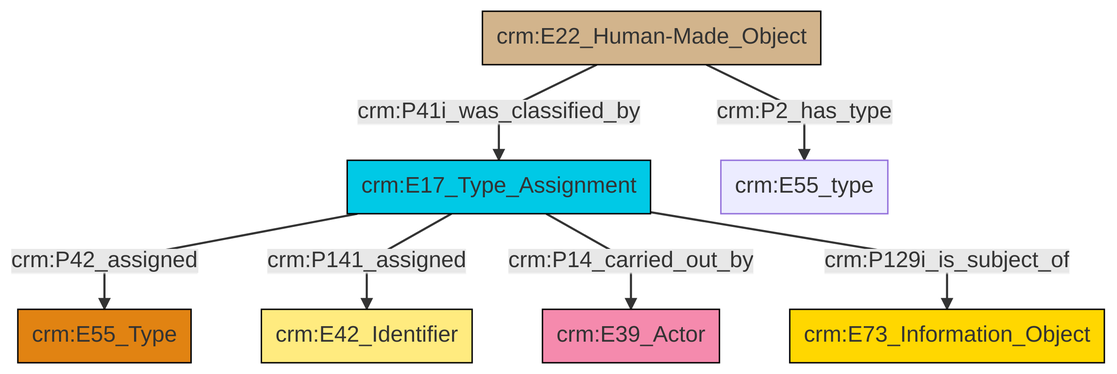
Earlier version of the Mermaid export et/builtWorkCSV/ttl/mmd/png/Built_Work_designation_status.png (swiss-art-research-net/docs.swissartresearch). Its source is kept beside it as et/builtWorkCSV/ttl/mmd/Built_Work_designation_status.ttl.mmd.
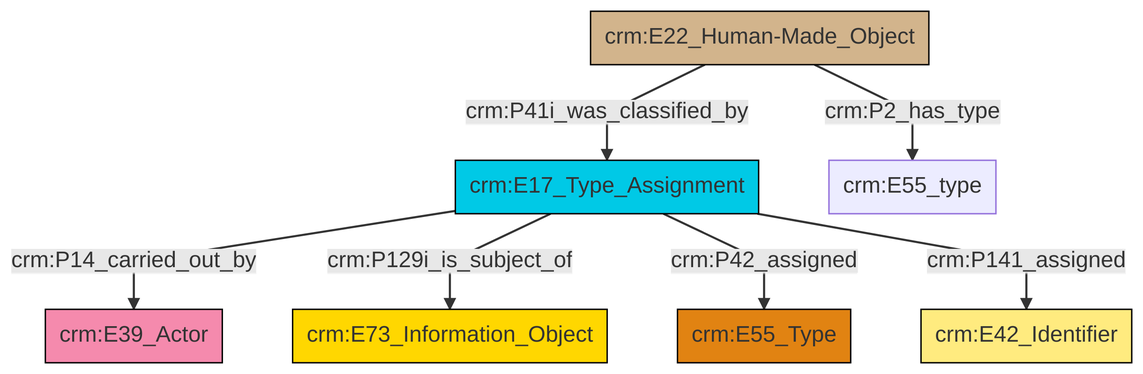
After the commit.

The edit, as a diff of the source:
```diff
@@ -13,9 +13,9 @@
 classDef PC_Classes fill:#4ce600, stroke:#000000;
 classDef Multi fill:#cccccc,stroke:#000000;
 
-0["crm:E22_Human-Made_Object"]:::Physical_Thing -->|crm:P41i_was_classified_by| 1["crm:E17_Type_Assignment"]:::Temporal_Entity
-0["crm:E22_Human-Made_Object"]:::Physical_Thing -->|crm:P2_has_type| 3["crm:E55_type"]:::Default
-1["crm:E17_Type_Assignment"]:::Temporal_Entity -->|crm:P42_assigned| 4["crm:E55_Type"]:::Type
-1["crm:E17_Type_Assignment"]:::Temporal_Entity -->|crm:P141_assigned| 5["crm:E42_Identifier"]:::Appellation
-1["crm:E17_Type_Assignment"]:::Temporal_Entity -->|crm:P14_carried_out_by| 7["crm:E39_Actor"]:::Actor
-1["crm:E17_Type_Assignment"]:::Temporal_Entity -->|crm:P129i_is_subject_of| 9["crm:E73_Information_Object"]:::Conceptual_Object
+4["crm:E17_Type_Assignment"]:::Temporal_Entity -->|crm:P14_carried_out_by| 5["crm:E39_Actor"]:::Actor
+0["crm:E22_Human-Made_Object"]:::Physical_Thing -->|crm:P41i_was_classified_by| 4["crm:E17_Type_Assignment"]:::Temporal_Entity
+4["crm:E17_Type_Assignment"]:::Temporal_Entity -->|crm:P129i_is_subject_of| 2["crm:E73_Information_Object"]:::Conceptual_Object
+4["crm:E17_Type_Assignment"]:::Temporal_Entity -->|crm:P42_assigned| 6["crm:E55_Type"]:::Type
+4["crm:E17_Type_Assignment"]:::Temporal_Entity -->|crm:P141_assigned| 8["crm:E42_Identifier"]:::Appellation
+0["crm:E22_Human-Made_Object"]:::Physical_Thing -->|crm:P2_has_type| 10["crm:E55_type"]:::Default
```
